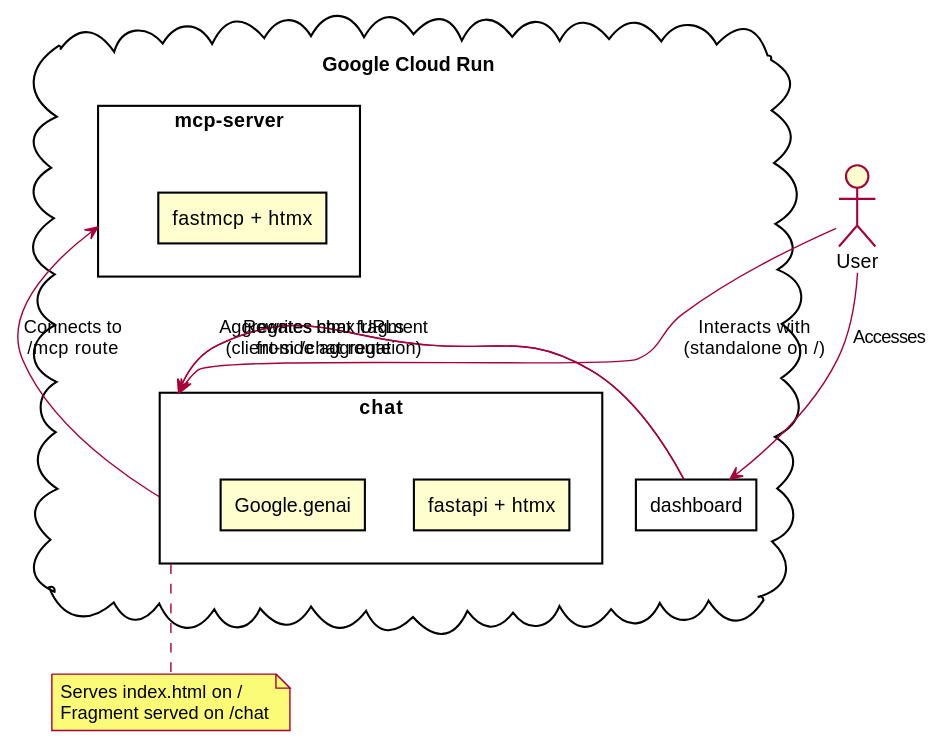
The PlantUML diagram diagrams/svg/deployment.svg in bluecitylights/sbotify, before a commit.
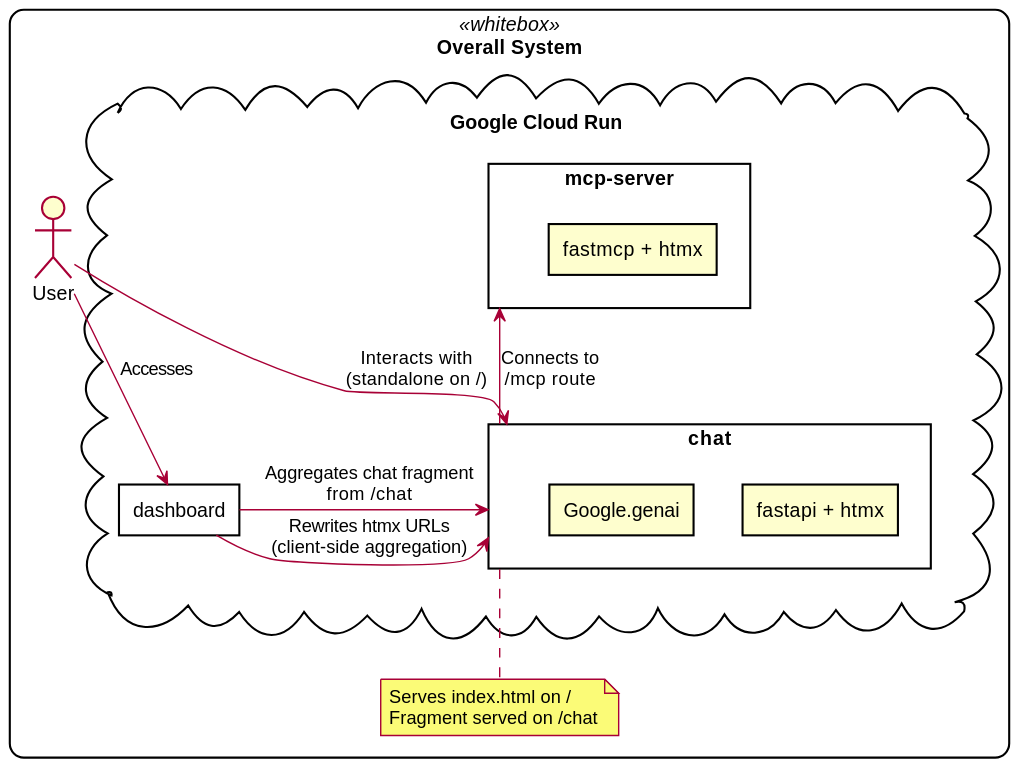
After the commit.

Commit message:
🎨 Rendered PlantUML diagrams

Change to the diagram source:
```diff
@@ -3,34 +3,41 @@
   shadowing false
   componentStyle rectangle
   defaultTextAlignment center
-  backgroundcolor transparent  <-- Add this line
-}
-
-actor "User" as user
-
-cloud "Google Cloud Run" as cloud {
-  component "mcp-server" as mcp_server {
-    [fastmcp + htmx]
-  }
-
-  component "chat" as chat {
-    [fastapi + htmx]
-    [Google.genai]
-  }
-
-  component "dashboard" as dashboard {
-    [fastapi + htmx]
+  backgroundcolor transparent
+  rectangle<<whitebox>> {
+    backgroundcolor white
+    linecolor white
+    roundcorner 20
   }
 }
 
-user --> dashboard : "Accesses"
-user --> chat : "Interacts with\n(standalone on /)"
-dashboard -left-> chat : "Aggregates chat fragment\nfrom /chat route"
-chat -up-> mcp_server : "Connects to\n/mcp route"
-dashboard -left-> chat : "Rewrites htmx URLs\n(client-side aggregation)"
+rectangle "Overall System" <<whitebox>> {
+  actor "User" as user
 
-note bottom of chat
-Serves index.html on /
-Fragment served on /chat
-end note
+  cloud "Google Cloud Run" as cloud {
+    component "mcp-server" as mcp_server {
+      [fastmcp + htmx]
+    }
+
+    component "chat" as chat {
+      [fastapi + htmx]
+      [Google.genai]
+    }
+
+    component "dashboard" as dashboard {
+      [fastapi + htmx]
+    }
+  }
+
+  user --> dashboard : "Accesses"
+  user --> chat : "Interacts with\n(standalone on /)"
+  dashboard -left-> chat : "Aggregates chat fragment\nfrom /chat"
+  chat -up-> mcp_server : "Connects to\n/mcp route"
+  dashboard -left-> chat : "Rewrites htmx URLs\n(client-side aggregation)"
+
+  note bottom of chat
+  Serves index.html on /
+  Fragment served on /chat
+  end note
+}
 @enduml
```
